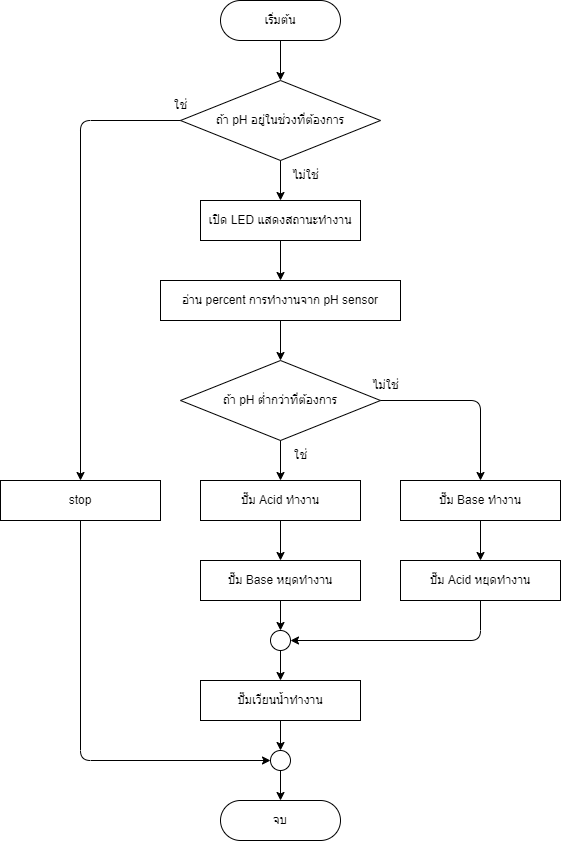
thestampr/pHConditioner keeps this draw.io diagram as flowcharts/worker.png. Above is the earlier version. Source tidied: cells renumbered, new cells last; positions are measured from the earlier drawing's top-left corner, leaving out a move shared by most shapes.
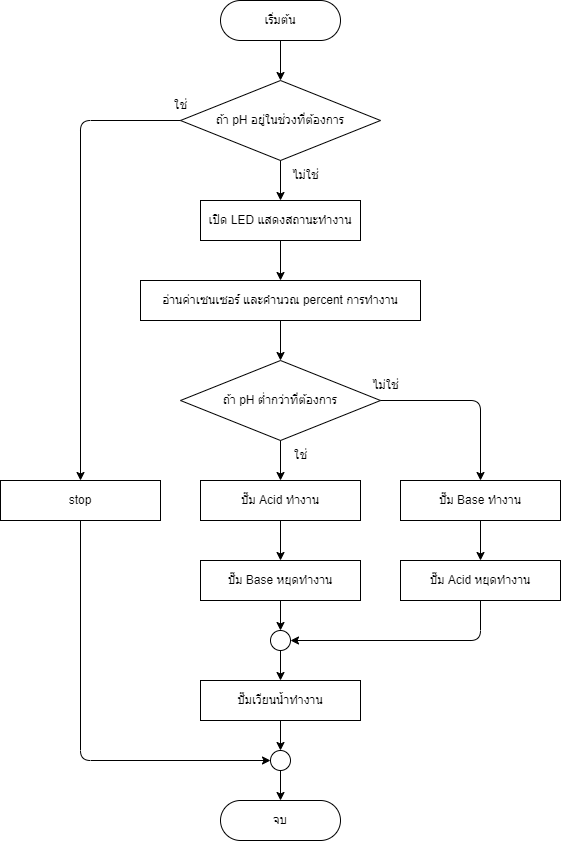
After the commit.

Diff of the diagram source:
```diff
@@ -33,12 +33,9 @@
     <mxCell id="8" value="ถ้า pH ต่ำกว่าที่ต้องการ" style="rhombus;whiteSpace=wrap;html=1;fillColor=none;strokeColor=#000000;fontColor=#000000;rounded=0;labelBackgroundColor=none;comic=0;" parent="1" vertex="1">
       <mxGeometry x="180" y="360" width="200" height="80" as="geometry" />
     </mxCell>
-    <mxCell id="9" style="edgeStyle=none;html=1;strokeColor=#000000;fontColor=#000000;endArrow=classic;endFill=1;" parent="1" edge="1" source="10" target="8">
+    <mxCell id="9" style="edgeStyle=none;html=1;strokeColor=#000000;fontColor=#000000;endArrow=classic;endFill=1;exitX=0.5;exitY=1;exitDx=0;exitDy=0;" parent="1" edge="1" source="35" target="8">
       <mxGeometry relative="1" as="geometry" />
     </mxCell>
-    <mxCell id="10" value="อ่าน percent การทำงานจาก pH sensor" style="whiteSpace=wrap;html=1;fillColor=none;strokeColor=#000000;fontColor=#000000;rounded=0;labelBackgroundColor=none;comic=0;" parent="1" vertex="1">
-      <mxGeometry x="160" y="280" width="240" height="40" as="geometry" />
-    </mxCell>
     <mxCell id="11" style="edgeStyle=none;html=1;strokeColor=#000000;fontColor=#000000;endArrow=classic;endFill=1;" parent="1" edge="1" source="12" target="14">
       <mxGeometry relative="1" as="geometry" />
     </mxCell>
@@ -107,7 +104,7 @@
     <mxCell id="30" value="จบ" style="rounded=1;whiteSpace=wrap;html=1;fontSize=12;glass=0;strokeWidth=1;shadow=0;arcSize=50;fillColor=none;strokeColor=#000000;fontColor=#000000;" parent="1" vertex="1">
       <mxGeometry x="220" y="800" width="120" height="40" as="geometry" />
     </mxCell>
-    <mxCell id="31" style="edgeStyle=none;html=1;strokeColor=#000000;fontColor=#000000;endArrow=classic;endFill=1;" parent="1" edge="1" source="32" target="10">
+    <mxCell id="31" style="edgeStyle=none;html=1;strokeColor=#000000;fontColor=#000000;endArrow=classic;endFill=1;entryX=0.5;entryY=0;entryDx=0;entryDy=0;" parent="1" edge="1" source="32" target="35">
       <mxGeometry relative="1" as="geometry" />
     </mxCell>
     <mxCell id="32" value="เปิด LED แสดงสถานะทำงาน" style="whiteSpace=wrap;html=1;fillColor=none;strokeColor=#000000;fontColor=#000000;rounded=0;labelBackgroundColor=none;comic=0;" parent="1" vertex="1">
@@ -119,5 +116,8 @@
     <mxCell id="34" value="stop" style="whiteSpace=wrap;html=1;fillColor=none;strokeColor=#000000;fontColor=#000000;rounded=0;labelBackgroundColor=none;comic=0;" parent="1" vertex="1">
       <mxGeometry y="480" width="160" height="40" as="geometry" />
     </mxCell>
+    <mxCell id="35" value="อ่านค่าเซนเซอร์ และคำนวณ percent การทำงาน" style="whiteSpace=wrap;html=1;fillColor=none;strokeColor=#000000;fontColor=#000000;rounded=0;labelBackgroundColor=none;comic=0;" parent="1" vertex="1">
+      <mxGeometry x="140" y="280" width="280" height="40" as="geometry" />
+    </mxCell>
   </root>
 </mxGraphModel>
```
